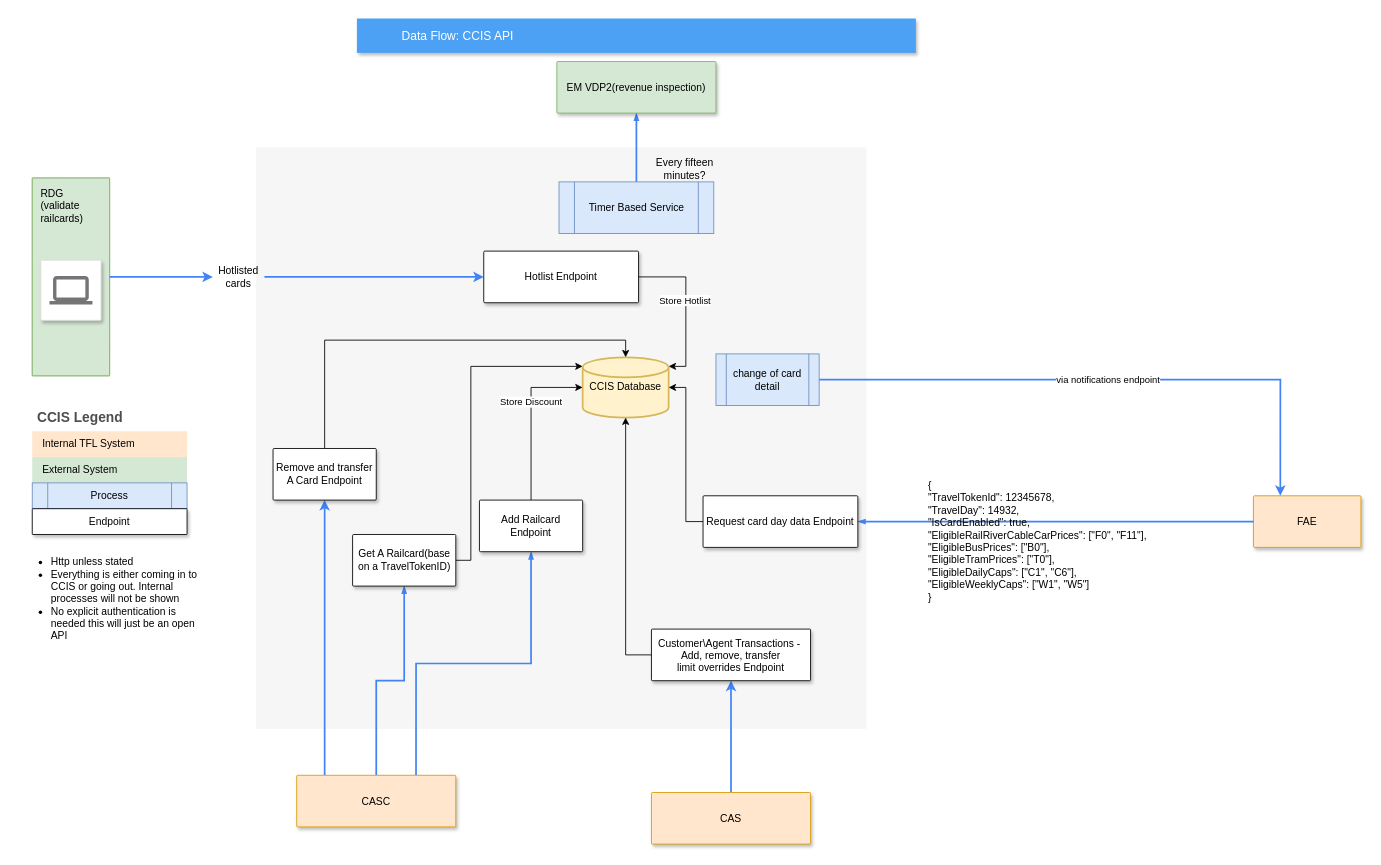
This is CCIS.drawio from mattwatts36/drawings, a draw.io file, before an edit. Source tidied: cells renumbered, new cells numbered last; positions are measured from the earlier drawing's top-left corner, leaving out a move shared by most shapes. Both pictures are drawn from the tidied source at 86%, with x=0, y=0 at pixel (15, 18).
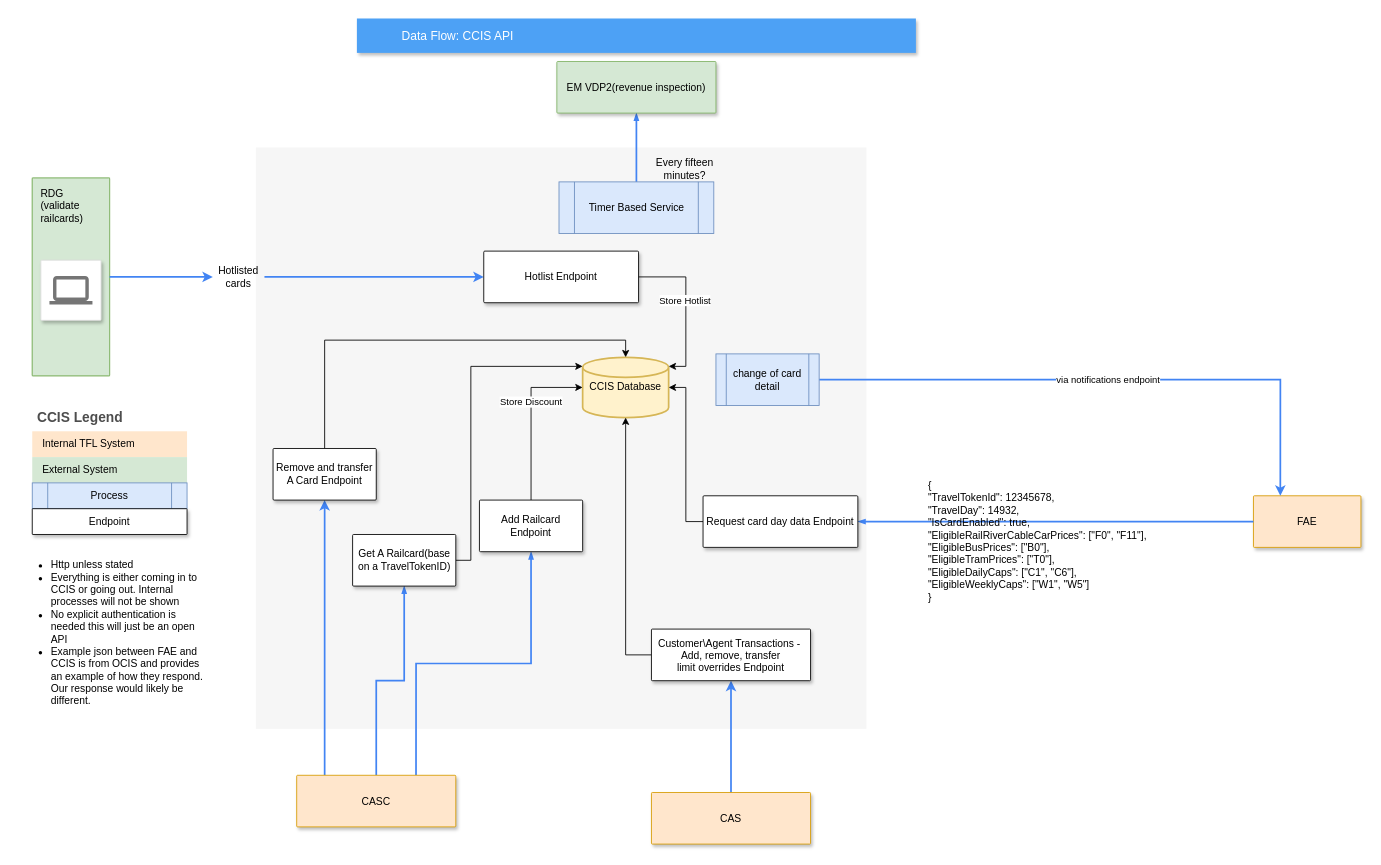
The same diagram, later.

Commit message:
add caveat for json

Change to the diagram source:
```diff
@@
-    <mxCell id="45" value="&lt;ul&gt;&lt;li&gt;Http unless stated&lt;/li&gt;&lt;li&gt;Everything is either coming in to CCIS or going out. Internal processes will not be shown&lt;/li&gt;&lt;li&gt;No explicit authentication is needed this will just be an open API&lt;/li&gt;&lt;/ul&gt;" style="text;strokeColor=none;fillColor=none;html=1;whiteSpace=wrap;verticalAlign=middle;overflow=hidden;" parent="1" vertex="1">
-      <mxGeometry y="610" width="220" height="130" as="geometry" />
+    <mxCell id="45" value="&lt;ul&gt;&lt;li&gt;Http unless stated&lt;/li&gt;&lt;li&gt;Everything is either coming in to CCIS or going out. Internal processes will not be shown&lt;/li&gt;&lt;li&gt;No explicit authentication is needed this will just be an open API&lt;/li&gt;&lt;li&gt;Example json between FAE and CCIS is from OCIS and provides an example of how they respond. Our response would likely be different.&lt;/li&gt;&lt;/ul&gt;" style="text;strokeColor=none;fillColor=none;html=1;whiteSpace=wrap;verticalAlign=middle;overflow=hidden;" parent="1" vertex="1">
+      <mxGeometry y="610" width="220" height="210" as="geometry" />
     </mxCell>
```
